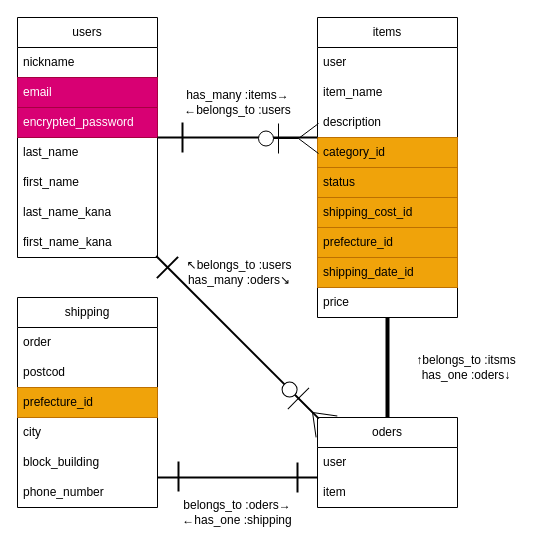
This is app/views/test.dio from 11shiro4/furima-41807, a draw.io file, before an edit. Source tidied: cells renumbered, new cells numbered last; positions are measured from the earlier drawing's top-left corner, leaving out a move shared by most shapes. Both pictures are drawn from the tidied source at 100%, with x=0, y=0 at pixel (17, 17).
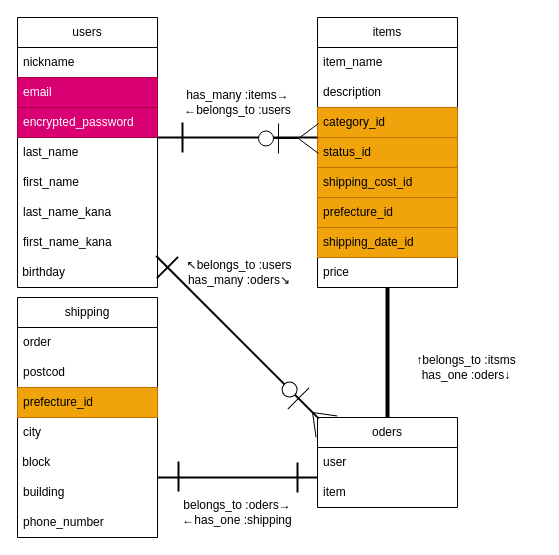
After the change.

Commit message (it also covers changes not shown here):
データベース設計#2

Diff of the diagram source:
```diff
@@
     <mxCell id="2" value="users" style="swimlane;fontStyle=0;horizontal=1;startSize=30;whiteSpace=wrap;html=1;" parent="1" vertex="1">
-      <mxGeometry width="140" height="240" as="geometry" />
+      <mxGeometry width="140" height="270" as="geometry" />
     </mxCell>
@@
+    <mxCell id="44" value="&amp;nbsp;birthday" style="text;html=1;strokeColor=none;fillColor=none;align=left;verticalAlign=middle;whiteSpace=wrap;rounded=0;" parent="2" vertex="1">
+      <mxGeometry y="240" width="140" height="30" as="geometry" />
+    </mxCell>
     <mxCell id="10" value="shipping" style="swimlane;fontStyle=0;horizontal=1;startSize=30;whiteSpace=wrap;html=1;" parent="1" vertex="1">
-      <mxGeometry y="280" width="140" height="210" as="geometry" />
+      <mxGeometry y="280" width="140" height="240" as="geometry" />
     </mxCell>
@@
+    <mxCell id="45" value="&amp;nbsp;block&amp;nbsp;" style="text;html=1;strokeColor=none;fillColor=none;align=left;verticalAlign=middle;whiteSpace=wrap;rounded=0;" parent="10" vertex="1">
+      <mxGeometry y="150" width="140" height="30" as="geometry" />
+    </mxCell>
-    <mxCell id="15" value="block_building" style="text;strokeColor=none;fillColor=none;align=left;verticalAlign=middle;spacingLeft=4;spacingRight=4;overflow=hidden;whiteSpace=wrap;html=1;" parent="10" vertex="1">
-      <mxGeometry y="150" width="140" height="30" as="geometry" />
+    <mxCell id="15" value="building" style="text;strokeColor=none;fillColor=none;align=left;verticalAlign=middle;spacingLeft=4;spacingRight=4;overflow=hidden;whiteSpace=wrap;html=1;" parent="10" vertex="1">
+      <mxGeometry y="180" width="140" height="30" as="geometry" />
     </mxCell>
     <mxCell id="16" value="phone_number" style="text;strokeColor=none;fillColor=none;align=left;verticalAlign=middle;spacingLeft=4;spacingRight=4;overflow=hidden;whiteSpace=wrap;html=1;" parent="10" vertex="1">
-      <mxGeometry y="180" width="140" height="30" as="geometry" />
+      <mxGeometry y="210" width="140" height="30" as="geometry" />
     </mxCell>
     <mxCell id="17" value="items" style="swimlane;fontStyle=0;horizontal=1;startSize=30;whiteSpace=wrap;html=1;" parent="1" vertex="1">
-      <mxGeometry x="300" width="140" height="300" as="geometry" />
+      <mxGeometry x="300" width="140" height="270" as="geometry" />
     </mxCell>
-    <mxCell id="18" value="user" style="text;strokeColor=none;fillColor=none;align=left;verticalAlign=middle;spacingLeft=4;spacingRight=4;overflow=hidden;whiteSpace=wrap;html=1;" parent="17" vertex="1">
-      <mxGeometry y="30" width="140" height="30" as="geometry" />
-    </mxCell>
     <mxCell id="19" value="item_name" style="text;strokeColor=none;fillColor=none;align=left;verticalAlign=middle;spacingLeft=4;spacingRight=4;overflow=hidden;whiteSpace=wrap;html=1;" parent="17" vertex="1">
-      <mxGeometry y="60" width="140" height="30" as="geometry" />
+      <mxGeometry y="30" width="140" height="30" as="geometry" />
     </mxCell>
     <mxCell id="20" value="description" style="text;strokeColor=none;fillColor=none;align=left;verticalAlign=middle;spacingLeft=4;spacingRight=4;overflow=hidden;whiteSpace=wrap;html=1;" parent="17" vertex="1">
-      <mxGeometry y="90" width="140" height="30" as="geometry" />
+      <mxGeometry y="60" width="140" height="30" as="geometry" />
     </mxCell>
     <mxCell id="21" value="category_id" style="text;strokeColor=#BD7000;fillColor=#f0a30a;align=left;verticalAlign=middle;spacingLeft=4;spacingRight=4;overflow=hidden;whiteSpace=wrap;html=1;fontColor=#000000;" parent="17" vertex="1">
-      <mxGeometry y="120" width="140" height="30" as="geometry" />
+      <mxGeometry y="90" width="140" height="30" as="geometry" />
     </mxCell>
-    <mxCell id="22" value="status" style="text;strokeColor=#BD7000;fillColor=#f0a30a;align=left;verticalAlign=middle;spacingLeft=4;spacingRight=4;overflow=hidden;whiteSpace=wrap;html=1;fontColor=#000000;" parent="17" vertex="1">
-      <mxGeometry y="150" width="140" height="30" as="geometry" />
+    <mxCell id="22" value="status_id" style="text;strokeColor=#BD7000;fillColor=#f0a30a;align=left;verticalAlign=middle;spacingLeft=4;spacingRight=4;overflow=hidden;whiteSpace=wrap;html=1;fontColor=#000000;" parent="17" vertex="1">
+      <mxGeometry y="120" width="140" height="30" as="geometry" />
     </mxCell>
     <mxCell id="23" value="shipping_cost_id" style="text;strokeColor=#BD7000;fillColor=#f0a30a;align=left;verticalAlign=middle;spacingLeft=4;spacingRight=4;overflow=hidden;whiteSpace=wrap;html=1;fontColor=#000000;" parent="17" vertex="1">
-      <mxGeometry y="180" width="140" height="30" as="geometry" />
+      <mxGeometry y="150" width="140" height="30" as="geometry" />
     </mxCell>
     <mxCell id="24" value="prefecture_id" style="text;strokeColor=#BD7000;fillColor=#f0a30a;align=left;verticalAlign=middle;spacingLeft=4;spacingRight=4;overflow=hidden;whiteSpace=wrap;html=1;fontColor=#000000;" parent="17" vertex="1">
-      <mxGeometry y="210" width="140" height="30" as="geometry" />
+      <mxGeometry y="180" width="140" height="30" as="geometry" />
     </mxCell>
     <mxCell id="25" value="shipping_date_id" style="text;strokeColor=#BD7000;fillColor=#f0a30a;align=left;verticalAlign=middle;spacingLeft=4;spacingRight=4;overflow=hidden;whiteSpace=wrap;html=1;fontColor=#000000;" parent="17" vertex="1">
-      <mxGeometry y="240" width="140" height="30" as="geometry" />
+      <mxGeometry y="210" width="140" height="30" as="geometry" />
     </mxCell>
     <mxCell id="26" value="price" style="text;strokeColor=none;fillColor=none;align=left;verticalAlign=middle;spacingLeft=4;spacingRight=4;overflow=hidden;whiteSpace=wrap;html=1;" parent="17" vertex="1">
-      <mxGeometry y="270" width="140" height="30" as="geometry" />
+      <mxGeometry y="240" width="140" height="30" as="geometry" />
     </mxCell>
@@
     <mxCell id="30" style="line;strokeWidth=4;direction=south;html=1;perimeter=backbonePerimeter;" parent="1" vertex="1">
-      <mxGeometry x="365" y="300" width="10" height="100" as="geometry" />
+      <mxGeometry x="365" y="270" width="10" height="130" as="geometry" />
     </mxCell>
```
